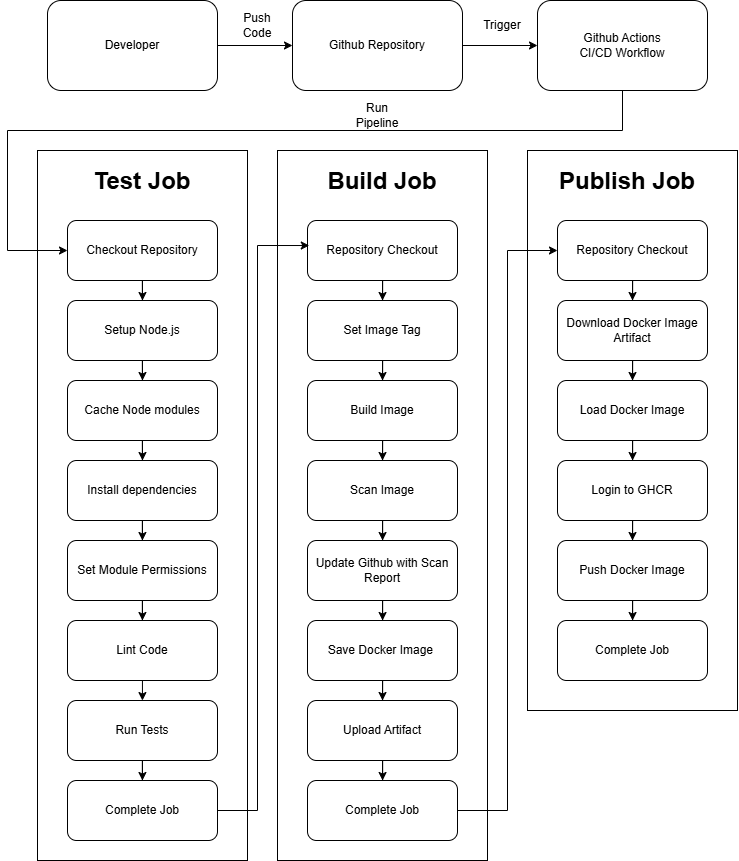
Earlier version of the draw.io export cicd-flow-readme-diagram.png (mohibjehangir/nodejs-api-pipeline). Source tidied: cells renumbered, new cells last; positions are measured from the earlier drawing's top-left corner, leaving out a move shared by most shapes.
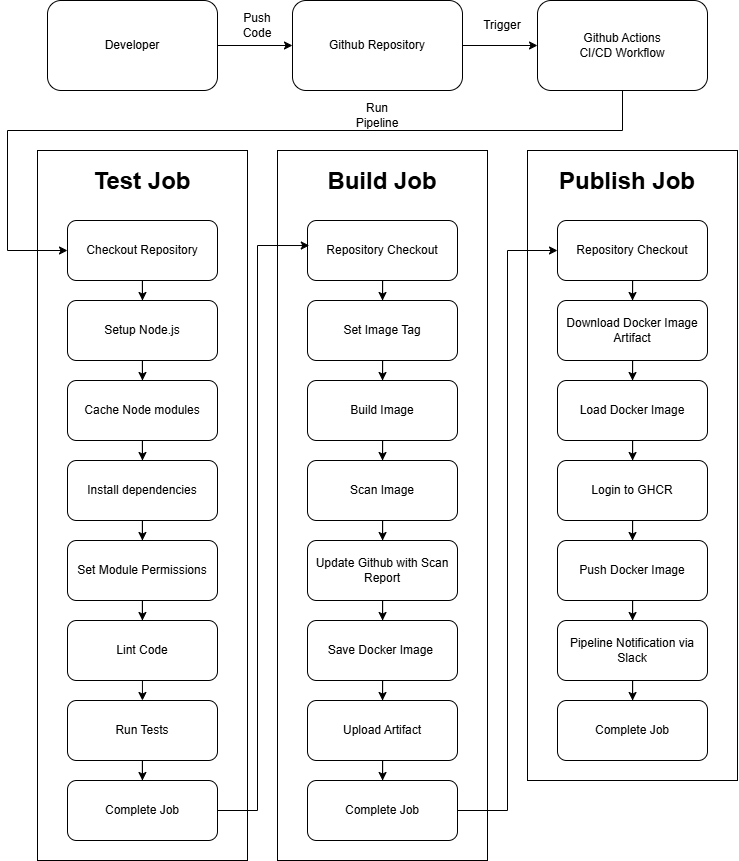
The same diagram one commit later.

Diff of the diagram source:
```diff
@@ -24,7 +24,7 @@
       <mxGeometry x="270" y="150" width="210" height="710" as="geometry" />
     </mxCell>
     <mxCell id="9" style="rounded=0;whiteSpace=wrap;html=1;" parent="1" vertex="1">
-      <mxGeometry x="520" y="150" width="210" height="560" as="geometry" />
+      <mxGeometry x="520" y="150" width="210" height="630" as="geometry" />
     </mxCell>
     <mxCell id="10" style="edgeStyle=orthogonalEdgeStyle;rounded=0;jettySize=auto;html=1;entryX=0.5;entryY=0;entryDx=0;entryDy=0;" parent="1" edge="1" source="11" target="17">
       <mxGeometry relative="1" as="geometry" />
@@ -142,7 +142,10 @@
     <mxCell id="47" value="Push Docker Image" style="rounded=1;whiteSpace=wrap;html=1;" parent="1" vertex="1">
       <mxGeometry x="550" y="540" width="150" height="60" as="geometry" />
     </mxCell>
+    <mxCell id="60" style="edgeStyle=orthogonalEdgeStyle;rounded=0;jettySize=auto;html=1;" parent="1" edge="1" source="48" target="61">
+      <mxGeometry relative="1" as="geometry" />
+    </mxCell>
-    <mxCell id="48" value="Complete Job" style="rounded=1;whiteSpace=wrap;html=1;" parent="1" vertex="1">
+    <mxCell id="48" value="Pipeline Notification via Slack" style="rounded=1;whiteSpace=wrap;html=1;" parent="1" vertex="1">
       <mxGeometry x="550" y="620" width="150" height="60" as="geometry" />
     </mxCell>
     <mxCell id="49" value="Complete Job" style="rounded=1;whiteSpace=wrap;html=1;" parent="1" vertex="1">
@@ -194,5 +197,8 @@
     <mxCell id="59" value="Run Pipeline" style="text;html=1;align=center;verticalAlign=middle;whiteSpace=wrap;rounded=0;" parent="1" vertex="1">
       <mxGeometry x="340" y="100" width="60" height="30" as="geometry" />
     </mxCell>
+    <mxCell id="61" value="Complete Job" style="rounded=1;whiteSpace=wrap;html=1;" parent="1" vertex="1">
+      <mxGeometry x="550" y="700" width="150" height="60" as="geometry" />
+    </mxCell>
   </root>
 </mxGraphModel>
```
